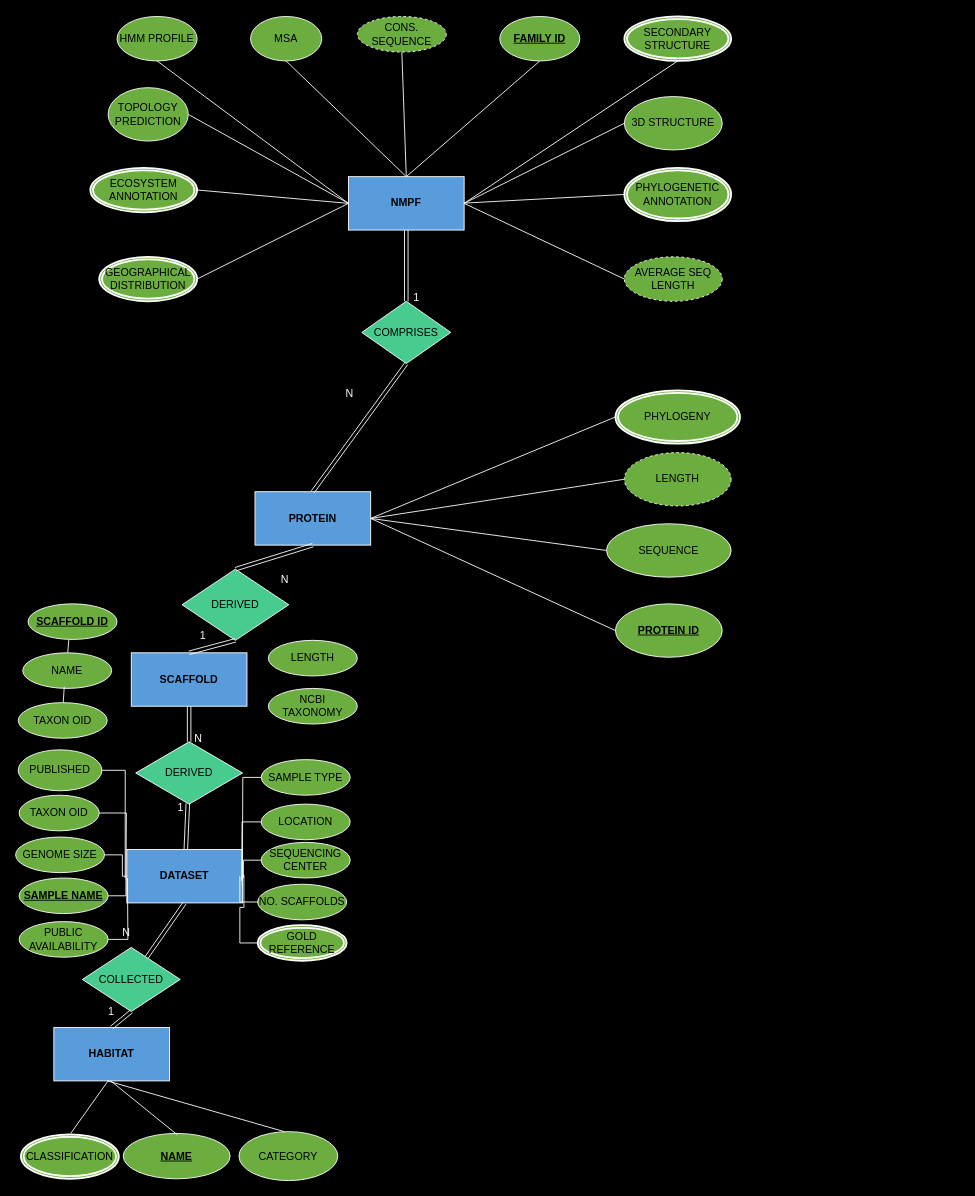
The draw.io diagram Ανώνυμο διάγραμμα.drawio in IceGreb/db_project, before the edit. Source tidied: cells renumbered, new cells numbered last; positions are measured from the earlier drawing's top-left corner, leaving out a move shared by most shapes. Both pictures are drawn from the tidied source at 89%, with x=0, y=0 at pixel (15, 16).
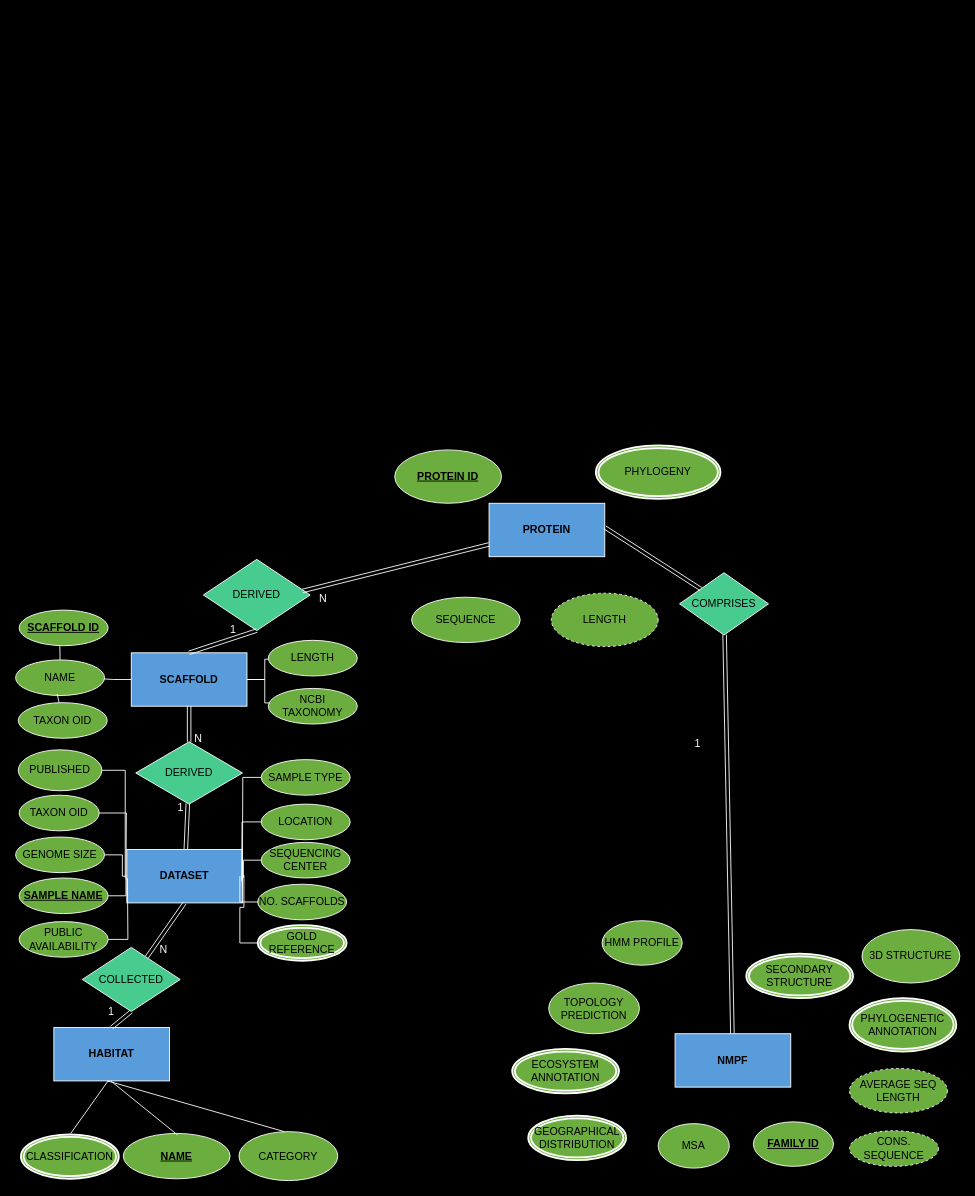
The same diagram, later.

The change refers to these unchanged cells:
```xml
<mxCell id="24" value="SCAFFOLD" style="rounded=0;whiteSpace=wrap;html=1;labelBackgroundColor=none;fontFamily=Helvetica;labelBorderColor=none;fillColor=#589cdb;strokeColor=#FFFFFF;fontColor=#000000;fontStyle=1;" parent="1" vertex="1">
  <mxGeometry x="130" y="715" width="130" height="60" as="geometry" />
</mxCell>
<mxCell id="32" value="LENGTH" style="ellipse;whiteSpace=wrap;html=1;align=center;labelBackgroundColor=none;fontFamily=Helvetica;labelBorderColor=none;fillColor=#6bad3e;strokeColor=#FFFFFF;fontColor=#000000;fontStyle=0;" parent="1" vertex="1">
  <mxGeometry x="284" y="701" width="100" height="40" as="geometry" />
</mxCell>
<mxCell id="33" value="NCBI TAXONOMY" style="ellipse;whiteSpace=wrap;html=1;align=center;labelBackgroundColor=none;fontFamily=Helvetica;labelBorderColor=none;strokeColor=#FFFFFF;fillColor=#6bad3e;fontColor=#000000;fontStyle=0;" parent="1" vertex="1">
  <mxGeometry x="284" y="755" width="100" height="40" as="geometry" />
</mxCell>
<mxCell id="72" style="shape=link;html=1;rounded=0;entryX=0.5;entryY=1;entryDx=0;entryDy=0;labelBackgroundColor=none;fontFamily=Helvetica;strokeColor=#FFFFFF;fontColor=#FFFFFF;" parent="1" edge="1" source="54" target="25">
  <mxGeometry relative="1" as="geometry" />
</mxCell>
<mxCell id="76" style="shape=link;html=1;rounded=0;exitX=0.5;exitY=0;exitDx=0;exitDy=0;entryX=0.5;entryY=1;entryDx=0;entryDy=0;labelBackgroundColor=none;fontFamily=Helvetica;labelBorderColor=none;strokeColor=#FFFFFF;fontColor=#FFFFFF;" parent="1" edge="1" source="24" target="34">
  <mxGeometry relative="1" as="geometry" />
</mxCell>
```

What changed in the source:
```diff
@@
-    <mxCell id="2" style="rounded=0;jettySize=auto;html=1;endArrow=none;endFill=0;labelBackgroundColor=none;fontColor=default;entryX=0.5;entryY=1;entryDx=0;entryDy=0;exitX=0.5;exitY=0;exitDx=0;exitDy=0;fontFamily=Helvetica;strokeColor=#FFFFFF;" parent="1" edge="1" source="10" target="67">
-      <mxGeometry relative="1" as="geometry" />
-    </mxCell>
-    <mxCell id="3" style="rounded=0;jettySize=auto;html=1;endArrow=none;endFill=0;labelBackgroundColor=none;fontColor=default;exitX=0.5;exitY=0;exitDx=0;exitDy=0;entryX=0.5;entryY=1;entryDx=0;entryDy=0;fontFamily=Helvetica;strokeColor=#FFFFFF;" parent="1" edge="1" source="10" target="11">
-      <mxGeometry relative="1" as="geometry" />
-    </mxCell>
-    <mxCell id="4" style="rounded=0;jettySize=auto;html=1;endArrow=none;endFill=0;labelBackgroundColor=none;fontColor=#000000;exitX=0;exitY=0.5;exitDx=0;exitDy=0;entryX=1;entryY=0.5;entryDx=0;entryDy=0;fontFamily=Helvetica;strokeColor=#FFFFFF;fontSize=12;fillColor=#6bad3e;labelBorderColor=none;fontStyle=0;" parent="1" edge="1" source="10" target="63">
-      <mxGeometry relative="1" as="geometry" />
-    </mxCell>
-    <mxCell id="5" style="rounded=0;jettySize=auto;html=1;endArrow=none;endFill=0;labelBackgroundColor=none;fontColor=default;entryX=0;entryY=0.5;entryDx=0;entryDy=0;exitX=0.96;exitY=0.5;exitDx=0;exitDy=0;exitPerimeter=0;fontFamily=Helvetica;strokeColor=#FFFFFF;" parent="1" edge="1" source="10" target="66">
-      <mxGeometry relative="1" as="geometry" />
-    </mxCell>
-    <mxCell id="6" style="rounded=0;jettySize=auto;html=1;endArrow=none;endFill=0;labelBackgroundColor=none;fontColor=#000000;exitX=0;exitY=0.5;exitDx=0;exitDy=0;entryX=0.5;entryY=1;entryDx=0;entryDy=0;fontFamily=Helvetica;strokeColor=#FFFFFF;fontSize=12;fillColor=#6bad3e;labelBorderColor=none;fontStyle=0;" parent="1" edge="1" source="10" target="12">
-      <mxGeometry relative="1" as="geometry" />
-    </mxCell>
-    <mxCell id="7" style="rounded=0;jettySize=auto;html=1;endArrow=none;endFill=0;labelBackgroundColor=none;fontColor=default;exitX=1;exitY=0.5;exitDx=0;exitDy=0;entryX=0.5;entryY=1;entryDx=0;entryDy=0;fontFamily=Helvetica;strokeColor=#FFFFFF;" parent="1" edge="1" source="10" target="65">
-      <mxGeometry relative="1" as="geometry" />
-    </mxCell>
-    <mxCell id="8" style="rounded=0;jettySize=auto;html=1;endArrow=none;endFill=0;labelBackgroundColor=none;fontColor=#000000;exitX=0;exitY=0.5;exitDx=0;exitDy=0;entryX=0;entryY=0.5;entryDx=0;entryDy=0;fontFamily=Helvetica;strokeColor=#FFFFFF;fontSize=12;fillColor=#6bad3e;labelBorderColor=none;fontStyle=0;" parent="1" edge="1" source="10" target="13">
-      <mxGeometry relative="1" as="geometry" />
-    </mxCell>
-    <mxCell id="9" style="rounded=0;jettySize=auto;html=1;endArrow=none;endFill=0;labelBackgroundColor=none;fontColor=#000000;entryX=1;entryY=0.5;entryDx=0;entryDy=0;exitX=0;exitY=0.5;exitDx=0;exitDy=0;fontFamily=Helvetica;strokeColor=#FFFFFF;fontSize=12;fillColor=#6bad3e;labelBorderColor=none;fontStyle=0;" parent="1" edge="1" source="10" target="64">
-      <mxGeometry relative="1" as="geometry" />
-    </mxCell>
     <mxCell id="10" value="NMPF" style="rounded=0;whiteSpace=wrap;html=1;labelBackgroundColor=none;fontFamily=Helvetica;strokeColor=#FFFFFF;fillColor=#589cdb;fontColor=#000000;fontStyle=1;" parent="1" vertex="1">
-      <mxGeometry x="374" y="180" width="130" height="60" as="geometry" />
+      <mxGeometry x="741" y="1143" width="130" height="60" as="geometry" />
     </mxCell>
     <mxCell id="11" value="MSA" style="ellipse;whiteSpace=wrap;html=1;rounded=0;labelBackgroundColor=none;fontFamily=Helvetica;strokeColor=#FFFFFF;fillColor=#6bad3e;gradientColor=none;fontColor=#000000;labelBorderColor=none;fontStyle=0;" parent="1" vertex="1">
-      <mxGeometry x="264" width="80" height="50" as="geometry" />
+      <mxGeometry x="722" y="1244" width="80" height="50" as="geometry" />
     </mxCell>
     <mxCell id="12" value="HMM PROFILE" style="ellipse;whiteSpace=wrap;html=1;rounded=0;labelBackgroundColor=none;fontFamily=Helvetica;strokeColor=#FFFFFF;fillColor=#6bad3e;fontColor=#000000;labelBorderColor=none;fontStyle=0;" parent="1" vertex="1">
-      <mxGeometry x="114" width="90" height="50" as="geometry" />
+      <mxGeometry x="659" y="1016" width="90" height="50" as="geometry" />
     </mxCell>
     <mxCell id="13" value="TOPOLOGY PREDICTION" style="ellipse;whiteSpace=wrap;html=1;rounded=0;labelBackgroundColor=none;direction=west;fontFamily=Helvetica;strokeColor=#FFFFFF;fillColor=#6bad3e;fontColor=#000000;labelBorderColor=none;fontStyle=0;" parent="1" vertex="1">
-      <mxGeometry x="104" y="80" width="90" height="60" as="geometry" />
+      <mxGeometry x="599" y="1086" width="102" height="57" as="geometry" />
     </mxCell>
-    <mxCell id="14" style="rounded=0;jettySize=auto;html=1;endArrow=none;endFill=0;labelBackgroundColor=none;fontColor=default;entryX=0.5;entryY=0;entryDx=0;entryDy=0;exitX=0.5;exitY=1;exitDx=0;exitDy=0;fontFamily=Helvetica;strokeColor=#FFFFFF;" parent="1" edge="1" source="15" target="10">
-      <mxGeometry relative="1" as="geometry" />
-    </mxCell>
     <mxCell id="15" value="&lt;u&gt;&lt;b&gt;FAMILY ID&lt;/b&gt;&lt;/u&gt;" style="ellipse;whiteSpace=wrap;html=1;rounded=0;labelBackgroundColor=none;fontFamily=Helvetica;fillColor=#6bad3e;gradientColor=none;strokeColor=#FFFFFF;fontColor=#000000;labelBorderColor=none;fontStyle=0;" parent="1" vertex="1">
-      <mxGeometry x="544" width="90" height="50" as="geometry" />
+      <mxGeometry x="829" y="1242" width="90" height="50" as="geometry" />
     </mxCell>
-    <mxCell id="16" style="rounded=0;jettySize=auto;html=1;endArrow=none;endFill=0;labelBackgroundColor=none;fontColor=default;exitX=1;exitY=0.5;exitDx=0;exitDy=0;entryX=0;entryY=0.5;entryDx=0;entryDy=0;fontFamily=Helvetica;labelBorderColor=none;strokeColor=#FFFFFF;" parent="1" edge="1" source="17" target="87">
-      <mxGeometry relative="1" as="geometry" />
-    </mxCell>
     <mxCell id="17" value="&lt;div&gt;PROTEIN&lt;/div&gt;" style="rounded=0;whiteSpace=wrap;html=1;labelBackgroundColor=none;fontFamily=Helvetica;labelBorderColor=none;fillColor=#589cdb;strokeColor=#FFFFFF;fontColor=#000000;fontStyle=1;" parent="1" vertex="1">
-      <mxGeometry x="269" y="534" width="130" height="60" as="geometry" />
+      <mxGeometry x="532" y="547" width="130" height="60" as="geometry" />
     </mxCell>
     <mxCell id="18" value="COMPRISES" style="rhombus;whiteSpace=wrap;html=1;rounded=0;labelBackgroundColor=none;fontFamily=Helvetica;fillColor=#48cb8e;strokeColor=#FFFFFF;fontColor=#000000;" parent="1" vertex="1">
-      <mxGeometry x="389" y="320" width="100" height="70" as="geometry" />
+      <mxGeometry x="746" y="625" width="100" height="70" as="geometry" />
     </mxCell>
     <mxCell id="19" value="SEQUENCE" style="ellipse;whiteSpace=wrap;html=1;labelBackgroundColor=none;fontFamily=Helvetica;labelBorderColor=none;fillColor=#6bad3e;strokeColor=#FFFFFF;fontColor=#000000;fontStyle=0;" parent="1" vertex="1">
-      <mxGeometry x="664" y="570" width="140" height="60" as="geometry" />
+      <mxGeometry x="445" y="652.5" width="122" height="51" as="geometry" />
     </mxCell>
-    <mxCell id="20" style="rounded=1;jettySize=auto;html=1;endArrow=none;endFill=0;labelBackgroundColor=none;fontColor=default;exitX=1;exitY=0.5;exitDx=0;exitDy=0;entryX=0;entryY=0.5;entryDx=0;entryDy=0;fontFamily=Helvetica;labelBorderColor=none;strokeColor=#FFFFFF;" parent="1" edge="1" source="17" target="19">
-      <mxGeometry relative="1" as="geometry" />
-    </mxCell>
     <mxCell id="21" value="&lt;span&gt;&lt;u&gt;&lt;b&gt;PROTEIN ID&lt;/b&gt;&lt;/u&gt;&lt;/span&gt;" style="ellipse;whiteSpace=wrap;html=1;labelBackgroundColor=none;fontFamily=Helvetica;labelBorderColor=none;fillColor=#6bad3e;strokeColor=#FFFFFF;fontColor=#000000;fontStyle=0;" parent="1" vertex="1">
-      <mxGeometry x="674" y="660" width="120" height="60" as="geometry" />
+      <mxGeometry x="426" y="487" width="120" height="60" as="geometry" />
     </mxCell>
-    <mxCell id="22" style="endArrow=none;html=1;rounded=0;labelBackgroundColor=none;fontColor=default;exitX=1;exitY=0.5;exitDx=0;exitDy=0;entryX=0;entryY=0.5;entryDx=0;entryDy=0;fontFamily=Helvetica;labelBorderColor=none;strokeColor=#FFFFFF;" parent="1" edge="1" source="17" target="86">
-      <mxGeometry relative="1" as="geometry" />
-    </mxCell>
@@
     <mxCell id="26" value="3D STRUCTURE" style="ellipse;whiteSpace=wrap;html=1;align=center;labelBackgroundColor=none;fontFamily=Helvetica;fillColor=#6bad3e;strokeColor=#FFFFFF;fontColor=#000000;labelBorderColor=none;fontStyle=0;" parent="1" vertex="1">
-      <mxGeometry x="684" y="90" width="110" height="60" as="geometry" />
+      <mxGeometry x="951" y="1026" width="110" height="60" as="geometry" />
     </mxCell>
-    <mxCell id="27" style="endArrow=none;html=1;rounded=0;labelBackgroundColor=none;fontColor=default;exitX=1;exitY=0.5;exitDx=0;exitDy=0;entryX=0;entryY=0.5;entryDx=0;entryDy=0;fontFamily=Helvetica;strokeColor=#FFFFFF;" parent="1" edge="1" source="10" target="26">
-      <mxGeometry relative="1" as="geometry" />
-    </mxCell>
@@
     <mxCell id="30" value="&lt;u&gt;&lt;b&gt;SCAFFOLD ID&lt;/b&gt;&lt;/u&gt;" style="ellipse;whiteSpace=wrap;html=1;align=center;labelBackgroundColor=none;fontFamily=Helvetica;strokeColor=#FFFFFF;fillColor=#6bad3e;fontColor=#000000;labelBorderColor=none;fontStyle=0;" parent="1" vertex="1">
-      <mxGeometry x="14" y="660" width="100" height="40" as="geometry" />
+      <mxGeometry x="4" y="667" width="100" height="40" as="geometry" />
     </mxCell>
@@
     <mxCell id="34" value="DERIVED" style="shape=rhombus;perimeter=rhombusPerimeter;whiteSpace=wrap;html=1;align=center;labelBackgroundColor=none;fontFamily=Helvetica;labelBorderColor=none;fillColor=#48cb8e;strokeColor=#FFFFFF;fontColor=#000000;rounded=0;" parent="1" vertex="1">
-      <mxGeometry x="187" y="621" width="120" height="80" as="geometry" />
+      <mxGeometry x="211" y="610" width="120" height="80" as="geometry" />
     </mxCell>
@@
-    <mxCell id="56" style="endArrow=none;html=1;rounded=0;exitX=1;exitY=0.5;exitDx=0;exitDy=0;entryX=0;entryY=0.5;entryDx=0;entryDy=0;labelBackgroundColor=none;fontFamily=Helvetica;labelBorderColor=none;strokeColor=#FFFFFF;" parent="1" edge="1" source="17" target="21">
-      <mxGeometry relative="1" as="geometry" />
-    </mxCell>
     <mxCell id="57" value="ΝΑΜΕ" style="ellipse;whiteSpace=wrap;html=1;align=center;labelBackgroundColor=none;fontFamily=Helvetica;labelBorderColor=none;strokeColor=#FFFFFF;fillColor=#6bad3e;fontColor=#000000;fontStyle=0;" parent="1" vertex="1">
-      <mxGeometry x="8" y="715" width="100" height="40" as="geometry" />
+      <mxGeometry y="723" width="100" height="40" as="geometry" />
     </mxCell>
     <mxCell id="58" value="AVERAGE SEQ LENGTH" style="ellipse;whiteSpace=wrap;html=1;align=center;dashed=1;labelBackgroundColor=none;fontFamily=Helvetica;fillColor=#6bad3e;gradientColor=none;strokeColor=#FFFFFF;fontColor=#000000;labelBorderColor=none;fontStyle=0;" parent="1" vertex="1">
-      <mxGeometry x="684" y="270" width="110" height="50" as="geometry" />
+      <mxGeometry x="937" y="1182" width="110" height="50" as="geometry" />
     </mxCell>
@@
-    <mxCell id="60" style="rounded=0;jettySize=auto;html=1;endArrow=none;endFill=0;labelBackgroundColor=none;fontColor=default;exitX=1;exitY=0.5;exitDx=0;exitDy=0;entryX=0;entryY=0.5;entryDx=0;entryDy=0;fontFamily=Helvetica;strokeColor=#FFFFFF;" parent="1" edge="1" source="10" target="58">
-      <mxGeometry relative="1" as="geometry" />
-    </mxCell>
@@
     <mxCell id="63" value="GEOGRAPHICAL DISTRIBUTION" style="ellipse;shape=doubleEllipse;margin=3;whiteSpace=wrap;html=1;align=center;labelBackgroundColor=none;fontFamily=Helvetica;strokeColor=#FFFFFF;fillColor=#6bad3e;fontColor=#000000;labelBorderColor=none;fontStyle=0;strokeWidth=2;" parent="1" vertex="1">
-      <mxGeometry x="94" y="270" width="110" height="50" as="geometry" />
+      <mxGeometry x="576" y="1235" width="110" height="50" as="geometry" />
     </mxCell>
     <mxCell id="64" value="ECOSYSTEM ANNOTATION" style="ellipse;shape=doubleEllipse;margin=3;whiteSpace=wrap;html=1;align=center;labelBackgroundColor=none;fontFamily=Helvetica;strokeColor=#FFFFFF;fillColor=#6bad3e;fontColor=#000000;labelBorderColor=none;fontStyle=0;strokeWidth=2;" parent="1" vertex="1">
-      <mxGeometry x="84" y="170" width="120" height="50" as="geometry" />
+      <mxGeometry x="558" y="1160" width="120" height="50" as="geometry" />
     </mxCell>
     <mxCell id="65" value="SECONDARY STRUCTURE" style="ellipse;shape=doubleEllipse;margin=3;whiteSpace=wrap;html=1;align=center;labelBackgroundColor=none;fontFamily=Helvetica;fillColor=#6bad3e;strokeColor=#FFFFFF;fontColor=#000000;labelBorderColor=none;fontStyle=0;strokeWidth=2;" parent="1" vertex="1">
-      <mxGeometry x="684" width="120" height="50" as="geometry" />
+      <mxGeometry x="821" y="1053" width="120" height="50" as="geometry" />
     </mxCell>
     <mxCell id="66" value="PHYLOGENETIC ANNOTATION" style="ellipse;shape=doubleEllipse;margin=3;whiteSpace=wrap;html=1;align=center;labelBackgroundColor=none;fontFamily=Helvetica;fillColor=#6bad3e;strokeColor=#FFFFFF;gradientColor=none;fontColor=#000000;labelBorderColor=none;fontStyle=0;strokeWidth=2;" parent="1" vertex="1">
-      <mxGeometry x="684" y="170" width="120" height="60" as="geometry" />
+      <mxGeometry x="937" y="1103" width="120" height="60" as="geometry" />
     </mxCell>
     <mxCell id="67" value="CONS. SEQUENCE" style="ellipse;whiteSpace=wrap;html=1;align=center;dashed=1;labelBackgroundColor=none;fontFamily=Helvetica;strokeColor=#FFFFFF;fillColor=#6bad3e;gradientColor=none;fontColor=#000000;labelBorderColor=none;fontStyle=0;" parent="1" vertex="1">
-      <mxGeometry x="384" width="100" height="40" as="geometry" />
+      <mxGeometry x="937" y="1252" width="100" height="40" as="geometry" />
     </mxCell>
@@
     <mxCell id="73" value="Ν" style="html=1;whiteSpace=wrap;align=right;verticalAlign=bottom;labelBackgroundColor=none;fontFamily=Helvetica;fontColor=#FFFFFF;" parent="72" vertex="1">
       <mxGeometry relative="1" as="geometry">
-        <mxPoint x="-38" y="11" as="offset" />
+        <mxPoint x="4" y="30" as="offset" />
       </mxGeometry>
     </mxCell>
@@
     <mxCell id="77" value="1" style="html=1;whiteSpace=wrap;align=right;verticalAlign=bottom;labelBackgroundColor=none;fontFamily=Helvetica;labelBorderColor=none;fontColor=#FFFFFF;" parent="76" vertex="1">
       <mxGeometry relative="1" as="geometry">
-        <mxPoint x="-6" y="-4" as="offset" />
+        <mxPoint x="16" y="-6" as="offset" />
       </mxGeometry>
     </mxCell>
-    <mxCell id="78" style="shape=link;html=1;rounded=0;entryX=0.5;entryY=1;entryDx=0;entryDy=0;exitX=0.5;exitY=0;exitDx=0;exitDy=0;labelBackgroundColor=none;fontFamily=Helvetica;strokeColor=#FFFFFF;" parent="1" edge="1" source="18" target="10">
+    <mxCell id="78" style="shape=link;html=1;rounded=0;labelBackgroundColor=none;fontFamily=Helvetica;strokeColor=#FFFFFF;" parent="1" edge="1" source="18" target="10">
       <mxGeometry relative="1" as="geometry" />
     </mxCell>
     <mxCell id="79" value="1" style="html=1;whiteSpace=wrap;align=right;verticalAlign=bottom;labelBackgroundColor=none;fontFamily=Helvetica;fontColor=#FFFFFF;" parent="78" vertex="1">
       <mxGeometry relative="1" as="geometry">
-        <mxPoint x="16" y="44" as="offset" />
+        <mxPoint x="-30" y="-93" as="offset" />
       </mxGeometry>
     </mxCell>
@@
-    <mxCell id="82" style="shape=link;html=1;rounded=0;entryX=0.5;entryY=1;entryDx=0;entryDy=0;exitX=0.5;exitY=0;exitDx=0;exitDy=0;labelBackgroundColor=none;fontFamily=Helvetica;labelBorderColor=none;strokeColor=#FFFFFF;fontColor=#FFFFFF;" parent="1" edge="1" source="34" target="17">
+    <mxCell id="82" style="shape=link;html=1;rounded=0;exitX=0.928;exitY=0.444;exitDx=0;exitDy=0;labelBackgroundColor=none;fontFamily=Helvetica;labelBorderColor=none;strokeColor=#FFFFFF;fontColor=#FFFFFF;exitPerimeter=0;" parent="1" edge="1" source="34" target="17">
       <mxGeometry relative="1" as="geometry" />
     </mxCell>
     <mxCell id="83" value="Ν" style="html=1;whiteSpace=wrap;align=right;verticalAlign=bottom;labelBackgroundColor=none;fontFamily=Helvetica;labelBorderColor=none;fontColor=#FFFFFF;" parent="82" vertex="1">
       <mxGeometry relative="1" as="geometry">
-        <mxPoint x="17" y="34" as="offset" />
+        <mxPoint x="-76" y="43" as="offset" />
       </mxGeometry>
     </mxCell>
-    <mxCell id="84" style="shape=link;html=1;rounded=0;entryX=0.5;entryY=1;entryDx=0;entryDy=0;exitX=0.5;exitY=0;exitDx=0;exitDy=0;labelBackgroundColor=none;fontFamily=Helvetica;strokeColor=#FFFFFF;" parent="1" edge="1" source="17" target="18">
+    <mxCell id="84" style="shape=link;html=1;rounded=0;exitX=1;exitY=0.45;exitDx=0;exitDy=0;labelBackgroundColor=none;fontFamily=Helvetica;strokeColor=#FFFFFF;exitPerimeter=0;" parent="1" edge="1" source="17" target="18">
       <mxGeometry relative="1" as="geometry" />
     </mxCell>
-    <mxCell id="85" value="Ν" style="html=1;whiteSpace=wrap;align=right;verticalAlign=bottom;labelBackgroundColor=none;fontFamily=Helvetica;labelBorderColor=none;fontColor=#FFFFFF;" parent="84" vertex="1">
-      <mxGeometry relative="1" as="geometry">
-        <mxPoint x="-5" y="-30" as="offset" />
-      </mxGeometry>
-    </mxCell>
     <mxCell id="86" value="PHYLOGENY" style="ellipse;shape=doubleEllipse;margin=3;whiteSpace=wrap;html=1;align=center;labelBackgroundColor=none;fontFamily=Helvetica;fillColor=#6bad3e;strokeColor=#FFFFFF;fontColor=#000000;labelBorderColor=none;fontStyle=0;strokeWidth=2;" parent="1" vertex="1">
-      <mxGeometry x="674" y="420" width="140" height="60" as="geometry" />
+      <mxGeometry x="652" y="482" width="140" height="60" as="geometry" />
     </mxCell>
     <mxCell id="87" value="LENGTH" style="ellipse;whiteSpace=wrap;html=1;align=center;dashed=1;labelBackgroundColor=none;fontFamily=Helvetica;labelBorderColor=none;fillColor=#6bad3e;strokeColor=#FFFFFF;fontColor=#000000;fontStyle=0;" parent="1" vertex="1">
-      <mxGeometry x="684" y="490" width="120" height="60" as="geometry" />
+      <mxGeometry x="602" y="648" width="120" height="60" as="geometry" />
     </mxCell>
@@
+    <mxCell id="90" style="edgeStyle=orthogonalEdgeStyle;shape=connector;rounded=0;jettySize=auto;html=1;entryX=0;entryY=0.529;entryDx=0;entryDy=0;entryPerimeter=0;labelBackgroundColor=default;strokeColor=#FFFFFF;align=center;verticalAlign=middle;fontFamily=Helvetica;fontSize=11;fontColor=default;endArrow=none;endFill=0;" parent="1" edge="1" source="24" target="32">
+      <mxGeometry relative="1" as="geometry" />
+    </mxCell>
+    <mxCell id="91" style="edgeStyle=orthogonalEdgeStyle;shape=connector;rounded=0;jettySize=auto;html=1;entryX=0.017;entryY=0.408;entryDx=0;entryDy=0;entryPerimeter=0;labelBackgroundColor=default;strokeColor=#FFFFFF;align=center;verticalAlign=middle;fontFamily=Helvetica;fontSize=11;fontColor=default;endArrow=none;endFill=0;" parent="1" edge="1" source="24" target="33">
+      <mxGeometry relative="1" as="geometry" />
+    </mxCell>
+    <mxCell id="92" style="edgeStyle=orthogonalEdgeStyle;shape=connector;rounded=0;jettySize=auto;html=1;entryX=0.993;entryY=0.533;entryDx=0;entryDy=0;entryPerimeter=0;labelBackgroundColor=default;strokeColor=#FFFFFF;align=center;verticalAlign=middle;fontFamily=Helvetica;fontSize=11;fontColor=default;endArrow=none;endFill=0;" parent="1" edge="1" source="24" target="57">
+      <mxGeometry relative="1" as="geometry" />
+    </mxCell>
```
